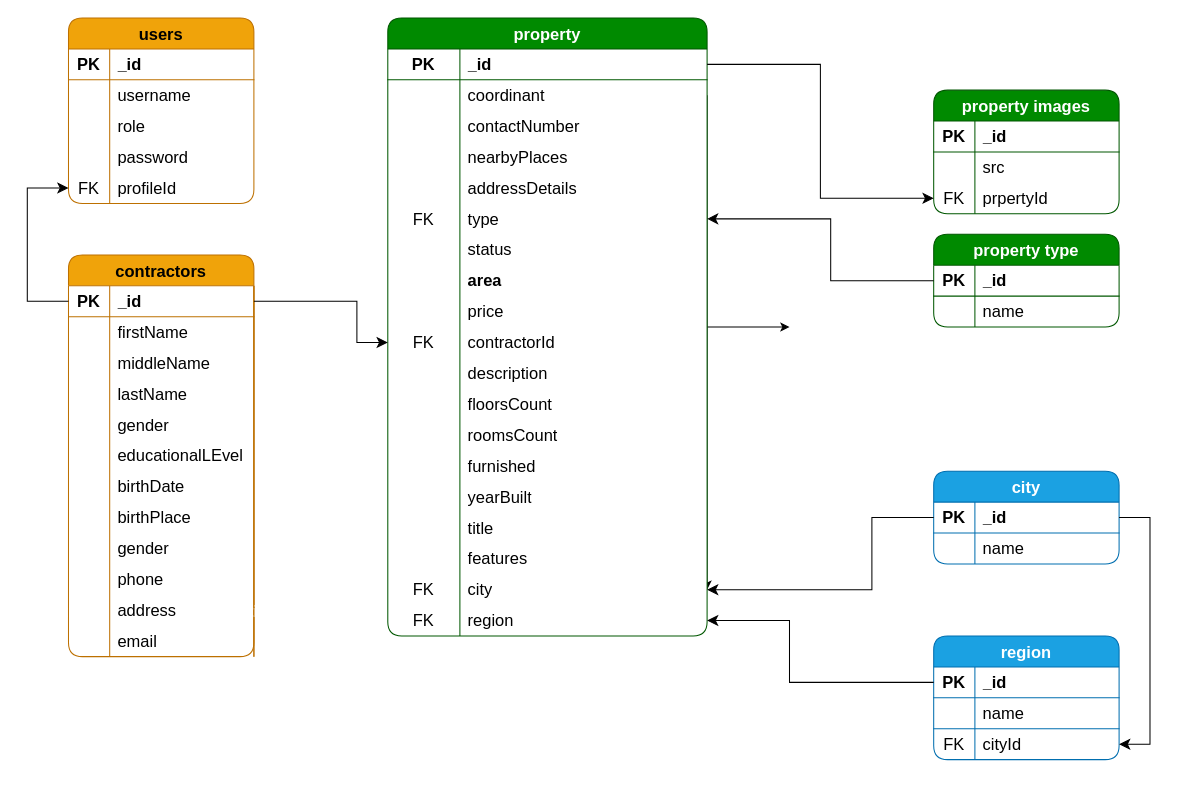
Earlier version of the draw.io diagram ERDS.dio (diyar-direk/real-state-apis). Source tidied: cells renumbered, new cells numbered last; positions are measured from the earlier drawing's top-left corner, leaving out a move shared by most shapes. Both pictures are drawn from the tidied source at 103%, with x=0, y=0 at pixel (27, 18).
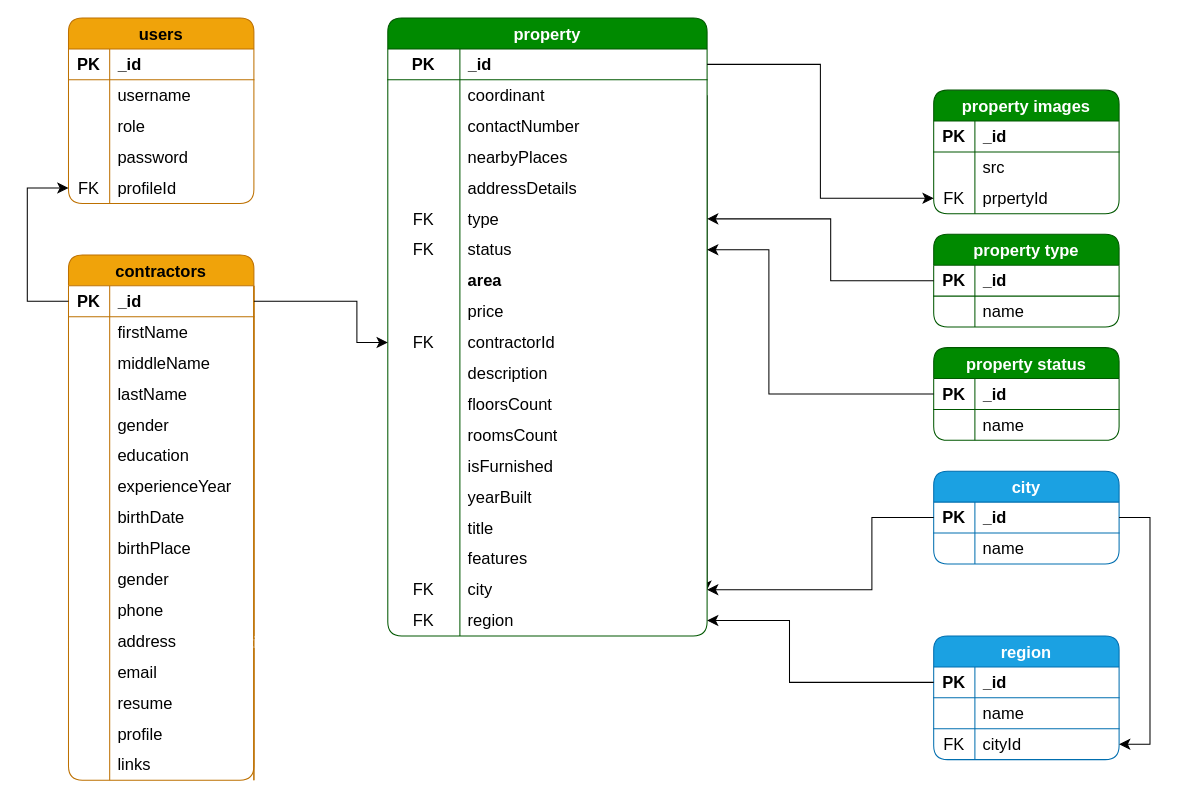
The same diagram, later.

Unchanged cells that the change refers to:
```xml
<mxCell id="37" value="property" style="shape=table;startSize=30;childLayout=tableLayout;rowLines=0;fontStyle=1;strokeColor=#005700;fontSize=16;fillColor=#008a00;swimlaneFillColor=default;rounded=1;swimlaneLine=1;shadow=0;columnLines=1;arcSize=15;fontColor=#FFFFFF;" parent="1" vertex="1">
  <mxGeometry x="350" width="310" height="600" as="geometry" />
</mxCell>
<mxCell id="56" style="shape=tableRow;horizontal=0;startSize=0;swimlaneHead=0;swimlaneBody=0;top=0;left=0;bottom=0;right=0;fillColor=none;points=[[0,0.5],[1,0.5]];portConstraint=eastwest;strokeColor=inherit;fontSize=16;" parent="37" vertex="1">
  <mxGeometry y="210" width="310" height="30" as="geometry" />
</mxCell>
<mxCell id="77" style="shape=tableRow;horizontal=0;startSize=0;swimlaneHead=0;swimlaneBody=0;top=0;left=0;bottom=0;right=0;fillColor=none;strokeColor=inherit;fontSize=16;" parent="37" vertex="1">
  <mxGeometry y="420" width="310" height="30" as="geometry" />
</mxCell>
<mxCell id="112" style="shape=tableRow;horizontal=0;startSize=0;swimlaneHead=0;swimlaneBody=0;top=0;left=0;bottom=0;right=0;fillColor=none;strokeColor=inherit;fontSize=16;" parent="96" vertex="1">
  <mxGeometry y="180" width="180" height="30" as="geometry" />
</mxCell>
```

Diff of the diagram source:
```diff
@@
-    <mxCell id="36" style="edgeStyle=none;html=1;" parent="1" edge="1" source="37">
-      <mxGeometry relative="1" as="geometry">
-        <mxPoint x="740" y="300" as="targetPoint" />
-      </mxGeometry>
-    </mxCell>
@@
-    <mxCell id="57" style="shape=partialRectangle;html=1;whiteSpace=wrap;fillColor=none;top=0;left=0;bottom=0;right=0;overflow=hidden;strokeColor=inherit;fontSize=16;" parent="56" vertex="1">
+    <mxCell id="57" value="FK" style="shape=partialRectangle;html=1;whiteSpace=wrap;fillColor=none;top=0;left=0;bottom=0;right=0;overflow=hidden;strokeColor=inherit;fontSize=16;" parent="56" vertex="1">
       <mxGeometry width="70" height="30" as="geometry" />
     </mxCell>
@@
-    <mxCell id="79" value="furnished" style="shape=partialRectangle;html=1;whiteSpace=wrap;fillColor=none;top=0;left=0;bottom=0;right=0;align=left;spacingLeft=6;overflow=hidden;strokeColor=inherit;fontSize=16;labelBackgroundColor=none;labelBorderColor=none;textShadow=0;fontStyle=0;" parent="77" vertex="1">
+    <mxCell id="79" value="isFurnished" style="shape=partialRectangle;html=1;whiteSpace=wrap;fillColor=none;top=0;left=0;bottom=0;right=0;align=left;spacingLeft=6;overflow=hidden;strokeColor=inherit;fontSize=16;labelBackgroundColor=none;labelBorderColor=none;textShadow=0;fontStyle=0;" parent="77" vertex="1">
       <mxGeometry x="70" width="240" height="30" as="geometry" />
     </mxCell>
@@
     <mxCell id="96" value="contractors" style="shape=table;startSize=30;childLayout=tableLayout;rowLines=0;fontStyle=1;strokeColor=#BD7000;fontSize=16;fillColor=#f0a30a;swimlaneFillColor=default;rounded=1;swimlaneLine=1;shadow=0;columnLines=1;arcSize=15;fontColor=default;" parent="1" vertex="1">
-      <mxGeometry x="40" y="230" width="180" height="390" as="geometry" />
+      <mxGeometry x="40" y="230" width="180" height="510" as="geometry" />
     </mxCell>
@@
-    <mxCell id="114" value="educationalLEvel" style="shape=partialRectangle;html=1;whiteSpace=wrap;fillColor=none;top=0;left=0;bottom=0;right=0;align=left;spacingLeft=6;overflow=hidden;strokeColor=inherit;fontSize=16;labelBackgroundColor=none;labelBorderColor=none;textShadow=0;fontStyle=0;" parent="112" vertex="1">
+    <mxCell id="114" value="education" style="shape=partialRectangle;html=1;whiteSpace=wrap;fillColor=none;top=0;left=0;bottom=0;right=0;align=left;spacingLeft=6;overflow=hidden;strokeColor=inherit;fontSize=16;labelBackgroundColor=none;labelBorderColor=none;textShadow=0;fontStyle=0;" parent="112" vertex="1">
       <mxGeometry x="40" width="140" height="30" as="geometry" />
     </mxCell>
+    <mxCell id="160" style="shape=tableRow;horizontal=0;startSize=0;swimlaneHead=0;swimlaneBody=0;top=0;left=0;bottom=0;right=0;fillColor=none;strokeColor=inherit;fontSize=16;" parent="96" vertex="1">
+      <mxGeometry y="210" width="180" height="30" as="geometry" />
+    </mxCell>
+    <mxCell id="161" style="shape=partialRectangle;html=1;whiteSpace=wrap;fillColor=none;top=0;left=0;bottom=0;right=0;overflow=hidden;strokeColor=inherit;fontSize=16;" parent="160" vertex="1">
+      <mxGeometry width="40" height="30" as="geometry" />
+    </mxCell>
+    <mxCell id="162" value="experienceYear" style="shape=partialRectangle;html=1;whiteSpace=wrap;fillColor=none;top=0;left=0;bottom=0;right=0;align=left;spacingLeft=6;overflow=hidden;strokeColor=inherit;fontSize=16;labelBackgroundColor=none;labelBorderColor=none;textShadow=0;fontStyle=0;" parent="160" vertex="1">
+      <mxGeometry x="40" width="140" height="30" as="geometry" />
+    </mxCell>
     <mxCell id="115" style="shape=tableRow;horizontal=0;startSize=0;swimlaneHead=0;swimlaneBody=0;top=0;left=0;bottom=0;right=0;fillColor=none;strokeColor=inherit;fontSize=16;" parent="96" vertex="1">
-      <mxGeometry y="210" width="180" height="30" as="geometry" />
+      <mxGeometry y="240" width="180" height="30" as="geometry" />
     </mxCell>
@@
     <mxCell id="118" style="shape=tableRow;horizontal=0;startSize=0;swimlaneHead=0;swimlaneBody=0;top=0;left=0;bottom=0;right=0;fillColor=none;strokeColor=inherit;fontSize=16;" parent="96" vertex="1">
-      <mxGeometry y="240" width="180" height="30" as="geometry" />
+      <mxGeometry y="270" width="180" height="30" as="geometry" />
     </mxCell>
@@
     <mxCell id="121" style="shape=tableRow;horizontal=0;startSize=0;swimlaneHead=0;swimlaneBody=0;top=0;left=0;bottom=0;right=0;fillColor=none;strokeColor=inherit;fontSize=16;" parent="96" vertex="1">
-      <mxGeometry y="270" width="180" height="30" as="geometry" />
+      <mxGeometry y="300" width="180" height="30" as="geometry" />
     </mxCell>
@@
     <mxCell id="124" style="shape=tableRow;horizontal=0;startSize=0;swimlaneHead=0;swimlaneBody=0;top=0;left=0;bottom=0;right=0;fillColor=none;strokeColor=inherit;fontSize=16;" parent="96" vertex="1">
-      <mxGeometry y="300" width="180" height="30" as="geometry" />
+      <mxGeometry y="330" width="180" height="30" as="geometry" />
     </mxCell>
@@
     <mxCell id="127" style="shape=tableRow;horizontal=0;startSize=0;swimlaneHead=0;swimlaneBody=0;top=0;left=0;bottom=0;right=0;fillColor=none;strokeColor=inherit;fontSize=16;" parent="96" vertex="1">
-      <mxGeometry y="330" width="180" height="30" as="geometry" />
+      <mxGeometry y="360" width="180" height="30" as="geometry" />
     </mxCell>
@@
     <mxCell id="132" style="shape=tableRow;horizontal=0;startSize=0;swimlaneHead=0;swimlaneBody=0;top=0;left=0;bottom=0;right=0;fillColor=none;strokeColor=inherit;fontSize=16;" parent="96" vertex="1">
-      <mxGeometry y="360" width="180" height="30" as="geometry" />
+      <mxGeometry y="390" width="180" height="30" as="geometry" />
     </mxCell>
@@
+    <mxCell id="163" style="shape=tableRow;horizontal=0;startSize=0;swimlaneHead=0;swimlaneBody=0;top=0;left=0;bottom=0;right=0;fillColor=none;strokeColor=inherit;fontSize=16;" parent="96" vertex="1">
+      <mxGeometry y="420" width="180" height="30" as="geometry" />
+    </mxCell>
+    <mxCell id="164" style="shape=partialRectangle;html=1;whiteSpace=wrap;fillColor=none;top=0;left=0;bottom=0;right=0;overflow=hidden;strokeColor=inherit;fontSize=16;" parent="163" vertex="1">
+      <mxGeometry width="40" height="30" as="geometry" />
+    </mxCell>
+    <mxCell id="165" value="resume" style="shape=partialRectangle;html=1;whiteSpace=wrap;fillColor=none;top=0;left=0;bottom=0;right=0;align=left;spacingLeft=6;overflow=hidden;strokeColor=inherit;fontSize=16;labelBackgroundColor=none;labelBorderColor=none;textShadow=0;fontStyle=0;" parent="163" vertex="1">
+      <mxGeometry x="40" width="140" height="30" as="geometry" />
+    </mxCell>
+    <mxCell id="166" style="shape=table;startSize=30;childLayout=tableLayout;rowLines=0;fontStyle=1;strokeColor=#B20000;fontSize=16;fillColor=#e51400;swimlaneFillColor=default;rounded=1;swimlaneLine=1;shadow=0;columnLines=1;arcSize=15;fontColor=#ffffff;" parent="163" vertex="1">
+      <mxGeometry x="180" height="30" as="geometry" />
+    </mxCell>
+    <mxCell id="167" style="shape=table;startSize=30;childLayout=tableLayout;rowLines=0;fontStyle=1;strokeColor=#B20000;fontSize=16;fillColor=#e51400;swimlaneFillColor=default;rounded=1;swimlaneLine=1;shadow=0;columnLines=1;arcSize=15;fontColor=#ffffff;" parent="163" vertex="1">
+      <mxGeometry height="30" as="geometry" />
+    </mxCell>
+    <mxCell id="168" style="shape=tableRow;horizontal=0;startSize=0;swimlaneHead=0;swimlaneBody=0;top=0;left=0;bottom=0;right=0;fillColor=none;strokeColor=inherit;fontSize=16;" parent="96" vertex="1">
+      <mxGeometry y="450" width="180" height="30" as="geometry" />
+    </mxCell>
+    <mxCell id="169" style="shape=partialRectangle;html=1;whiteSpace=wrap;fillColor=none;top=0;left=0;bottom=0;right=0;overflow=hidden;strokeColor=inherit;fontSize=16;" parent="168" vertex="1">
+      <mxGeometry width="40" height="30" as="geometry" />
+    </mxCell>
+    <mxCell id="170" value="profile" style="shape=partialRectangle;html=1;whiteSpace=wrap;fillColor=none;top=0;left=0;bottom=0;right=0;align=left;spacingLeft=6;overflow=hidden;strokeColor=inherit;fontSize=16;labelBackgroundColor=none;labelBorderColor=none;textShadow=0;fontStyle=0;" parent="168" vertex="1">
+      <mxGeometry x="40" width="140" height="30" as="geometry" />
+    </mxCell>
+    <mxCell id="171" style="shape=table;startSize=30;childLayout=tableLayout;rowLines=0;fontStyle=1;strokeColor=#B20000;fontSize=16;fillColor=#e51400;swimlaneFillColor=default;rounded=1;swimlaneLine=1;shadow=0;columnLines=1;arcSize=15;fontColor=#ffffff;" parent="168" vertex="1">
+      <mxGeometry x="180" height="30" as="geometry" />
+    </mxCell>
+    <mxCell id="172" style="shape=table;startSize=30;childLayout=tableLayout;rowLines=0;fontStyle=1;strokeColor=#B20000;fontSize=16;fillColor=#e51400;swimlaneFillColor=default;rounded=1;swimlaneLine=1;shadow=0;columnLines=1;arcSize=15;fontColor=#ffffff;" parent="168" vertex="1">
+      <mxGeometry height="30" as="geometry" />
+    </mxCell>
+    <mxCell id="173" style="shape=tableRow;horizontal=0;startSize=0;swimlaneHead=0;swimlaneBody=0;top=0;left=0;bottom=0;right=0;fillColor=none;strokeColor=inherit;fontSize=16;" parent="96" vertex="1">
+      <mxGeometry y="480" width="180" height="30" as="geometry" />
+    </mxCell>
+    <mxCell id="174" style="shape=partialRectangle;html=1;whiteSpace=wrap;fillColor=none;top=0;left=0;bottom=0;right=0;overflow=hidden;strokeColor=inherit;fontSize=16;" parent="173" vertex="1">
+      <mxGeometry width="40" height="30" as="geometry" />
+    </mxCell>
+    <mxCell id="175" value="links" style="shape=partialRectangle;html=1;whiteSpace=wrap;fillColor=none;top=0;left=0;bottom=0;right=0;align=left;spacingLeft=6;overflow=hidden;strokeColor=inherit;fontSize=16;labelBackgroundColor=none;labelBorderColor=none;textShadow=0;fontStyle=0;" parent="173" vertex="1">
+      <mxGeometry x="40" width="140" height="30" as="geometry" />
+    </mxCell>
+    <mxCell id="176" style="shape=table;startSize=30;childLayout=tableLayout;rowLines=0;fontStyle=1;strokeColor=#B20000;fontSize=16;fillColor=#e51400;swimlaneFillColor=default;rounded=1;swimlaneLine=1;shadow=0;columnLines=1;arcSize=15;fontColor=#ffffff;" parent="173" vertex="1">
+      <mxGeometry x="180" height="30" as="geometry" />
+    </mxCell>
+    <mxCell id="177" style="shape=table;startSize=30;childLayout=tableLayout;rowLines=0;fontStyle=1;strokeColor=#B20000;fontSize=16;fillColor=#e51400;swimlaneFillColor=default;rounded=1;swimlaneLine=1;shadow=0;columnLines=1;arcSize=15;fontColor=#ffffff;" parent="173" vertex="1">
+      <mxGeometry height="30" as="geometry" />
+    </mxCell>
@@
+    <mxCell id="178" value="property status" style="shape=table;startSize=30;childLayout=tableLayout;rowLines=0;fontStyle=1;strokeColor=#005700;fontSize=16;fillColor=#008a00;swimlaneFillColor=default;rounded=1;swimlaneLine=1;shadow=0;columnLines=1;arcSize=15;fontColor=#ffffff;" parent="1" vertex="1">
+      <mxGeometry x="880" y="320" width="180" height="90" as="geometry" />
+    </mxCell>
+    <mxCell id="179" style="shape=tableRow;horizontal=0;startSize=0;swimlaneHead=0;swimlaneBody=0;top=0;left=0;bottom=1;right=0;fillColor=none;points=[[0,0.5],[1,0.5]];portConstraint=eastwest;strokeColor=inherit;fontSize=16;absoluteArcSize=0;noLabel=0;" parent="178" vertex="1">
+      <mxGeometry y="30" width="180" height="30" as="geometry" />
+    </mxCell>
+    <mxCell id="180" value="&lt;b&gt;PK&lt;/b&gt;" style="shape=partialRectangle;html=1;whiteSpace=wrap;fillColor=none;top=0;left=0;bottom=0;right=0;overflow=hidden;strokeColor=inherit;fontSize=16;" parent="179" vertex="1">
+      <mxGeometry width="40" height="30" as="geometry" />
+    </mxCell>
+    <mxCell id="181" value="&lt;b&gt;_id&lt;/b&gt;" style="shape=partialRectangle;html=1;whiteSpace=wrap;fillColor=none;top=0;left=0;bottom=0;right=0;align=left;spacingLeft=6;overflow=hidden;strokeColor=inherit;fontSize=16;fixDash=0;" parent="179" vertex="1">
+      <mxGeometry x="40" width="140" height="30" as="geometry" />
+    </mxCell>
+    <mxCell id="182" style="shape=tableRow;horizontal=0;startSize=0;swimlaneHead=0;swimlaneBody=0;top=0;left=0;bottom=0;right=0;fillColor=none;strokeColor=inherit;fontSize=16;" parent="178" vertex="1">
+      <mxGeometry y="60" width="180" height="30" as="geometry" />
+    </mxCell>
+    <mxCell id="183" style="shape=partialRectangle;html=1;whiteSpace=wrap;fillColor=none;top=0;left=0;bottom=0;right=0;overflow=hidden;strokeColor=inherit;fontSize=16;" parent="182" vertex="1">
+      <mxGeometry width="40" height="30" as="geometry" />
+    </mxCell>
+    <mxCell id="184" value="name" style="shape=partialRectangle;html=1;whiteSpace=wrap;fillColor=none;top=0;left=0;bottom=0;right=0;align=left;spacingLeft=6;overflow=hidden;strokeColor=inherit;fontSize=16;" parent="182" vertex="1">
+      <mxGeometry x="40" width="140" height="30" as="geometry" />
+    </mxCell>
+    <mxCell id="185" style="edgeStyle=segmentEdgeStyle;endArrow=classic;html=1;curved=0;rounded=0;endSize=8;startSize=8;exitX=0;exitY=0.5;exitDx=0;exitDy=0;entryX=1;entryY=0.5;entryDx=0;entryDy=0;" parent="1" edge="1" source="179" target="56">
+      <mxGeometry relative="1" as="geometry">
+        <Array as="points">
+          <mxPoint x="720" y="365" />
+          <mxPoint x="720" y="225" />
+        </Array>
+      </mxGeometry>
+    </mxCell>
```
